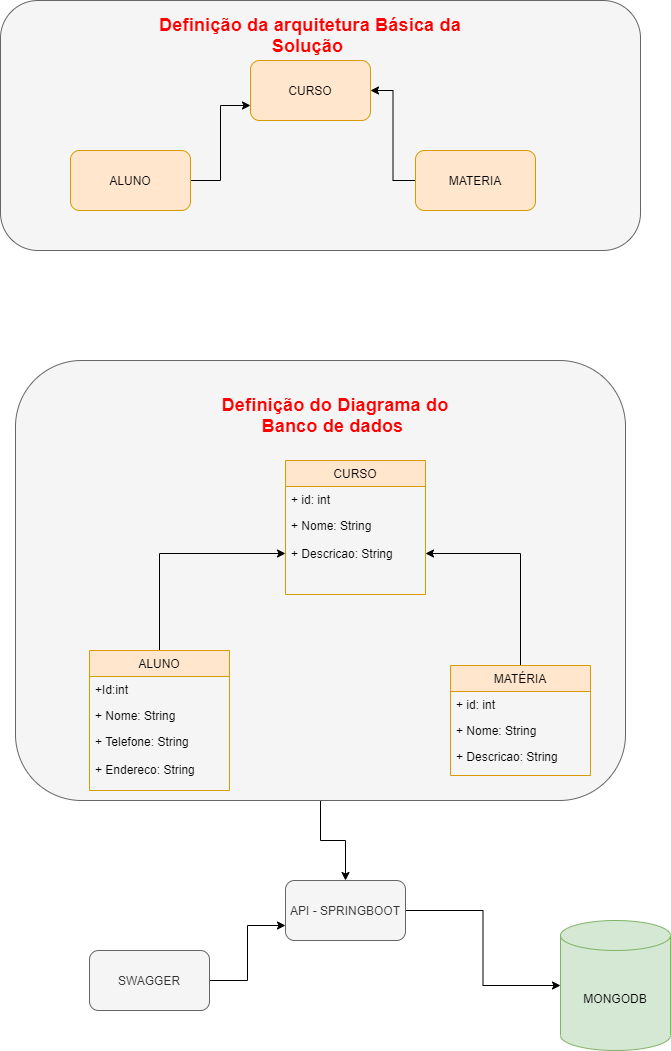
The draw.io diagram Projescola/Controle Escolar.png in iagolimma/SistemasDistribuidos, before a commit. Source tidied: cells renumbered, new cells last; positions are measured from the earlier drawing's top-left corner, leaving out a move shared by most shapes. Its diagram source:
```xml
<mxGraphModel>
  <root>
    <mxCell id="0" />
    <mxCell id="1" parent="0" />
    <mxCell id="2" style="edgeStyle=orthogonalEdgeStyle;rounded=0;jettySize=auto;html=1;" parent="1" edge="1" source="3" target="27">
      <mxGeometry relative="1" as="geometry" />
    </mxCell>
    <mxCell id="3" style="rounded=1;whiteSpace=wrap;html=1;fillColor=#f5f5f5;strokeColor=#666666;fontColor=#333333;" parent="1" vertex="1">
      <mxGeometry x="15" y="360" width="610" height="440" as="geometry" />
    </mxCell>
    <mxCell id="4" style="rounded=1;whiteSpace=wrap;html=1;fillColor=#f5f5f5;strokeColor=#666666;fontColor=#333333;" parent="1" vertex="1">
      <mxGeometry width="640" height="250" as="geometry" />
    </mxCell>
    <mxCell id="5" style="edgeStyle=orthogonalEdgeStyle;rounded=0;jettySize=auto;html=1;entryX=0;entryY=0.75;entryDx=0;entryDy=0;" parent="1" edge="1" source="6" target="9">
      <mxGeometry relative="1" as="geometry" />
    </mxCell>
    <mxCell id="6" value="ALUNO" style="rounded=1;whiteSpace=wrap;html=1;fillColor=#ffe6cc;strokeColor=#d79b00;" parent="1" vertex="1">
      <mxGeometry x="70" y="150" width="120" height="60" as="geometry" />
    </mxCell>
    <mxCell id="7" style="edgeStyle=orthogonalEdgeStyle;rounded=0;jettySize=auto;html=1;entryX=1;entryY=0.5;entryDx=0;entryDy=0;" parent="1" edge="1" source="8" target="9">
      <mxGeometry relative="1" as="geometry" />
    </mxCell>
    <mxCell id="8" value="MATERIA" style="rounded=1;whiteSpace=wrap;html=1;fillColor=#ffe6cc;strokeColor=#d79b00;" parent="1" vertex="1">
      <mxGeometry x="415" y="150" width="120" height="60" as="geometry" />
    </mxCell>
    <mxCell id="9" value="CURSO" style="rounded=1;whiteSpace=wrap;html=1;fillColor=#ffe6cc;strokeColor=#d79b00;" parent="1" vertex="1">
      <mxGeometry x="250" y="60" width="120" height="60" as="geometry" />
    </mxCell>
    <mxCell id="10" value="&lt;span style=&quot;font-family: &amp;#34;roboto&amp;#34; , &amp;#34;arial&amp;#34; , sans-serif ; letter-spacing: 0.2px&quot;&gt;&lt;font style=&quot;font-size: 18px&quot; color=&quot;#ff0000&quot;&gt;&lt;b&gt;Definição da arquitetura Básica da Solução&amp;nbsp;&lt;/b&gt;&lt;/font&gt;&lt;/span&gt;" style="text;html=1;strokeColor=none;fillColor=none;align=center;verticalAlign=middle;whiteSpace=wrap;rounded=0;" parent="1" vertex="1">
      <mxGeometry x="130" y="20" width="360" height="30" as="geometry" />
    </mxCell>
    <mxCell id="11" style="edgeStyle=orthogonalEdgeStyle;rounded=0;jettySize=auto;html=1;" parent="1" edge="1" source="12" target="23">
      <mxGeometry relative="1" as="geometry" />
    </mxCell>
    <mxCell id="12" value="ALUNO" style="swimlane;fontStyle=0;horizontal=1;startSize=26;fillColor=#ffe6cc;strokeColor=#d79b00;" parent="1" vertex="1">
      <mxGeometry x="89" y="650" width="140" height="140" as="geometry" />
    </mxCell>
    <mxCell id="13" value="+Id:int" style="text;strokeColor=none;fillColor=none;align=left;verticalAlign=top;spacingLeft=4;spacingRight=4;overflow=hidden;" parent="12" vertex="1">
      <mxGeometry y="26" width="140" height="26" as="geometry" />
    </mxCell>
    <mxCell id="14" value="+ Nome: String&#10;&#10;" style="text;strokeColor=none;fillColor=none;align=left;verticalAlign=top;spacingLeft=4;spacingRight=4;overflow=hidden;" parent="12" vertex="1">
      <mxGeometry y="52" width="140" height="26" as="geometry" />
    </mxCell>
    <mxCell id="15" value="+ Telefone: String &#10;&#10;+ Endereco: String" style="text;strokeColor=none;fillColor=none;align=left;verticalAlign=top;spacingLeft=4;spacingRight=4;overflow=hidden;" parent="12" vertex="1">
      <mxGeometry y="78" width="140" height="62" as="geometry" />
    </mxCell>
    <mxCell id="16" style="edgeStyle=orthogonalEdgeStyle;rounded=0;jettySize=auto;html=1;" parent="1" edge="1" source="17" target="23">
      <mxGeometry relative="1" as="geometry" />
    </mxCell>
    <mxCell id="17" value="MATÉRIA" style="swimlane;fontStyle=0;horizontal=1;startSize=26;fillColor=#ffe6cc;strokeColor=#d79b00;" parent="1" vertex="1">
      <mxGeometry x="450" y="665" width="140" height="110" as="geometry" />
    </mxCell>
    <mxCell id="18" value="+ id: int" style="text;strokeColor=none;fillColor=none;align=left;verticalAlign=top;spacingLeft=4;spacingRight=4;overflow=hidden;" parent="17" vertex="1">
      <mxGeometry y="26" width="140" height="26" as="geometry" />
    </mxCell>
    <mxCell id="19" value="+ Nome: String&#10;" style="text;strokeColor=none;fillColor=none;align=left;verticalAlign=top;spacingLeft=4;spacingRight=4;overflow=hidden;" parent="17" vertex="1">
      <mxGeometry y="52" width="140" height="26" as="geometry" />
    </mxCell>
    <mxCell id="20" value="+ Descricao: String" style="text;strokeColor=none;fillColor=none;align=left;verticalAlign=top;spacingLeft=4;spacingRight=4;overflow=hidden;" parent="17" vertex="1">
      <mxGeometry y="78" width="140" height="32" as="geometry" />
    </mxCell>
    <mxCell id="21" value="CURSO" style="swimlane;fontStyle=0;horizontal=1;startSize=26;fillColor=#ffe6cc;strokeColor=#d79b00;" parent="1" vertex="1">
      <mxGeometry x="285" y="460" width="140" height="134" as="geometry" />
    </mxCell>
    <mxCell id="22" value="+ id: int" style="text;strokeColor=none;fillColor=none;align=left;verticalAlign=top;spacingLeft=4;spacingRight=4;overflow=hidden;" parent="21" vertex="1">
      <mxGeometry y="26" width="140" height="26" as="geometry" />
    </mxCell>
    <mxCell id="23" value="+ Nome: String&#10;&#10;+ Descricao: String" style="text;strokeColor=none;fillColor=none;align=left;verticalAlign=top;spacingLeft=4;spacingRight=4;overflow=hidden;points=[[0,0.5],[1,0.5]];portConstraint=eastwest;" parent="21" vertex="1">
      <mxGeometry y="52" width="140" height="82" as="geometry" />
    </mxCell>
    <mxCell id="24" value="&lt;span style=&quot;font-family: &amp;#34;roboto&amp;#34; , &amp;#34;arial&amp;#34; , sans-serif ; letter-spacing: 0.2px&quot;&gt;&lt;font style=&quot;font-size: 18px&quot; color=&quot;#ff0000&quot;&gt;&lt;b&gt;Definição do Diagrama do Banco de dados&amp;nbsp;&lt;/b&gt;&lt;/font&gt;&lt;/span&gt;" style="text;html=1;strokeColor=none;fillColor=none;align=center;verticalAlign=middle;whiteSpace=wrap;rounded=0;" parent="1" vertex="1">
      <mxGeometry x="190" y="380" width="290" height="70" as="geometry" />
    </mxCell>
    <mxCell id="25" value="MONGODB" style="shape=cylinder3;whiteSpace=wrap;html=1;boundedLbl=1;backgroundOutline=1;size=15;fillColor=#d5e8d4;strokeColor=#82b366;" parent="1" vertex="1">
      <mxGeometry x="560" y="920" width="110" height="130" as="geometry" />
    </mxCell>
    <mxCell id="26" style="edgeStyle=orthogonalEdgeStyle;rounded=0;jettySize=auto;html=1;" parent="1" edge="1" source="27" target="25">
      <mxGeometry relative="1" as="geometry" />
    </mxCell>
    <mxCell id="27" value="API - SPRINGBOOT" style="rounded=1;whiteSpace=wrap;html=1;fillColor=#f5f5f5;strokeColor=#666666;fontColor=#333333;" parent="1" vertex="1">
      <mxGeometry x="285" y="880" width="120" height="60" as="geometry" />
    </mxCell>
    <mxCell id="28" style="edgeStyle=orthogonalEdgeStyle;rounded=0;jettySize=auto;html=1;entryX=0;entryY=0.75;entryDx=0;entryDy=0;" parent="1" edge="1" source="29" target="27">
      <mxGeometry relative="1" as="geometry" />
    </mxCell>
    <mxCell id="29" value="SWAGGER" style="rounded=1;whiteSpace=wrap;html=1;fillColor=#f5f5f5;strokeColor=#666666;fontColor=#333333;" parent="1" vertex="1">
      <mxGeometry x="89" y="950" width="120" height="60" as="geometry" />
    </mxCell>
  </root>
</mxGraphModel>
```
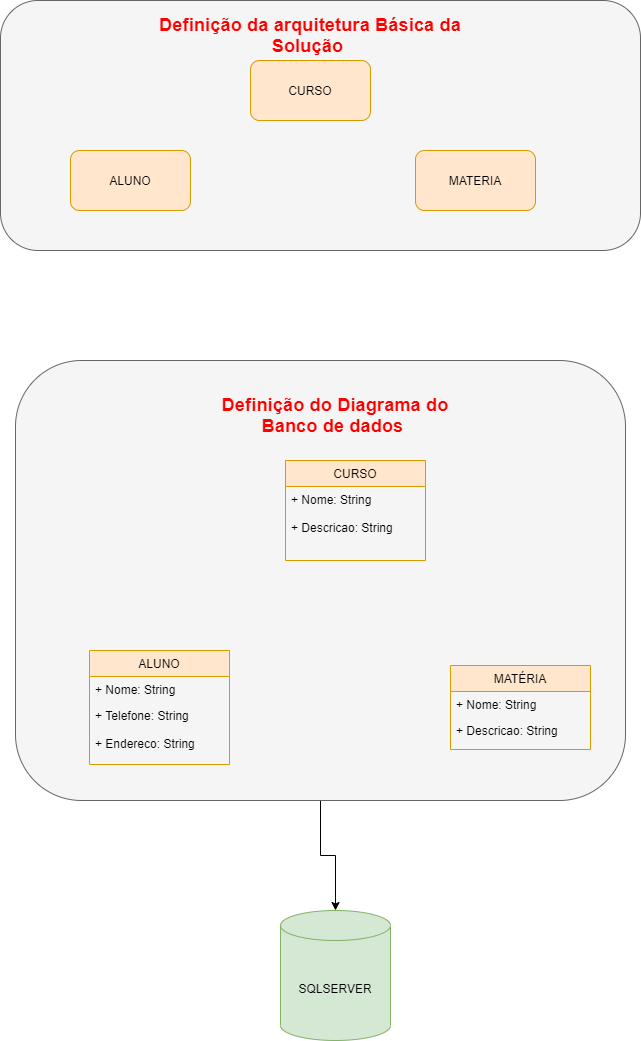
Above is the later version.

Diff of the diagram source:
```diff
@@ -2,24 +2,18 @@
   <root>
     <mxCell id="0" />
     <mxCell id="1" parent="0" />
-    <mxCell id="2" style="edgeStyle=orthogonalEdgeStyle;rounded=0;jettySize=auto;html=1;" parent="1" edge="1" source="3" target="27">
-      <mxGeometry relative="1" as="geometry" />
-    </mxCell>
+    <mxCell id="30" style="edgeStyle=orthogonalEdgeStyle;rounded=0;jettySize=auto;html=1;" parent="1" edge="1" source="3" target="25">
+      <mxGeometry relative="1" as="geometry" />
+    </mxCell>
     <mxCell id="3" style="rounded=1;whiteSpace=wrap;html=1;fillColor=#f5f5f5;strokeColor=#666666;fontColor=#333333;" parent="1" vertex="1">
       <mxGeometry x="15" y="360" width="610" height="440" as="geometry" />
     </mxCell>
     <mxCell id="4" style="rounded=1;whiteSpace=wrap;html=1;fillColor=#f5f5f5;strokeColor=#666666;fontColor=#333333;" parent="1" vertex="1">
       <mxGeometry width="640" height="250" as="geometry" />
     </mxCell>
-    <mxCell id="5" style="edgeStyle=orthogonalEdgeStyle;rounded=0;jettySize=auto;html=1;entryX=0;entryY=0.75;entryDx=0;entryDy=0;" parent="1" edge="1" source="6" target="9">
-      <mxGeometry relative="1" as="geometry" />
-    </mxCell>
     <mxCell id="6" value="ALUNO" style="rounded=1;whiteSpace=wrap;html=1;fillColor=#ffe6cc;strokeColor=#d79b00;" parent="1" vertex="1">
       <mxGeometry x="70" y="150" width="120" height="60" as="geometry" />
     </mxCell>
-    <mxCell id="7" style="edgeStyle=orthogonalEdgeStyle;rounded=0;jettySize=auto;html=1;entryX=1;entryY=0.5;entryDx=0;entryDy=0;" parent="1" edge="1" source="8" target="9">
-      <mxGeometry relative="1" as="geometry" />
-    </mxCell>
     <mxCell id="8" value="MATERIA" style="rounded=1;whiteSpace=wrap;html=1;fillColor=#ffe6cc;strokeColor=#d79b00;" parent="1" vertex="1">
       <mxGeometry x="415" y="150" width="120" height="60" as="geometry" />
     </mxCell>
@@ -29,62 +23,35 @@
     <mxCell id="10" value="&lt;span style=&quot;font-family: &amp;#34;roboto&amp;#34; , &amp;#34;arial&amp;#34; , sans-serif ; letter-spacing: 0.2px&quot;&gt;&lt;font style=&quot;font-size: 18px&quot; color=&quot;#ff0000&quot;&gt;&lt;b&gt;Definição da arquitetura Básica da Solução&amp;nbsp;&lt;/b&gt;&lt;/font&gt;&lt;/span&gt;" style="text;html=1;strokeColor=none;fillColor=none;align=center;verticalAlign=middle;whiteSpace=wrap;rounded=0;" parent="1" vertex="1">
       <mxGeometry x="130" y="20" width="360" height="30" as="geometry" />
     </mxCell>
-    <mxCell id="11" style="edgeStyle=orthogonalEdgeStyle;rounded=0;jettySize=auto;html=1;" parent="1" edge="1" source="12" target="23">
-      <mxGeometry relative="1" as="geometry" />
-    </mxCell>
     <mxCell id="12" value="ALUNO" style="swimlane;fontStyle=0;horizontal=1;startSize=26;fillColor=#ffe6cc;strokeColor=#d79b00;" parent="1" vertex="1">
-      <mxGeometry x="89" y="650" width="140" height="140" as="geometry" />
+      <mxGeometry x="89" y="650" width="140" height="114" as="geometry" />
     </mxCell>
-    <mxCell id="13" value="+Id:int" style="text;strokeColor=none;fillColor=none;align=left;verticalAlign=top;spacingLeft=4;spacingRight=4;overflow=hidden;" parent="12" vertex="1">
-      <mxGeometry y="26" width="140" height="26" as="geometry" />
-    </mxCell>
     <mxCell id="14" value="+ Nome: String&#10;&#10;" style="text;strokeColor=none;fillColor=none;align=left;verticalAlign=top;spacingLeft=4;spacingRight=4;overflow=hidden;" parent="12" vertex="1">
-      <mxGeometry y="52" width="140" height="26" as="geometry" />
+      <mxGeometry y="26" width="140" height="26" as="geometry" />
     </mxCell>
     <mxCell id="15" value="+ Telefone: String &#10;&#10;+ Endereco: String" style="text;strokeColor=none;fillColor=none;align=left;verticalAlign=top;spacingLeft=4;spacingRight=4;overflow=hidden;" parent="12" vertex="1">
-      <mxGeometry y="78" width="140" height="62" as="geometry" />
+      <mxGeometry y="52" width="140" height="62" as="geometry" />
     </mxCell>
-    <mxCell id="16" style="edgeStyle=orthogonalEdgeStyle;rounded=0;jettySize=auto;html=1;" parent="1" edge="1" source="17" target="23">
-      <mxGeometry relative="1" as="geometry" />
-    </mxCell>
     <mxCell id="17" value="MATÉRIA" style="swimlane;fontStyle=0;horizontal=1;startSize=26;fillColor=#ffe6cc;strokeColor=#d79b00;" parent="1" vertex="1">
-      <mxGeometry x="450" y="665" width="140" height="110" as="geometry" />
+      <mxGeometry x="450" y="665" width="140" height="84" as="geometry" />
     </mxCell>
-    <mxCell id="18" value="+ id: int" style="text;strokeColor=none;fillColor=none;align=left;verticalAlign=top;spacingLeft=4;spacingRight=4;overflow=hidden;" parent="17" vertex="1">
-      <mxGeometry y="26" width="140" height="26" as="geometry" />
-    </mxCell>
     <mxCell id="19" value="+ Nome: String&#10;" style="text;strokeColor=none;fillColor=none;align=left;verticalAlign=top;spacingLeft=4;spacingRight=4;overflow=hidden;" parent="17" vertex="1">
-      <mxGeometry y="52" width="140" height="26" as="geometry" />
+      <mxGeometry y="26" width="140" height="26" as="geometry" />
     </mxCell>
     <mxCell id="20" value="+ Descricao: String" style="text;strokeColor=none;fillColor=none;align=left;verticalAlign=top;spacingLeft=4;spacingRight=4;overflow=hidden;" parent="17" vertex="1">
-      <mxGeometry y="78" width="140" height="32" as="geometry" />
+      <mxGeometry y="52" width="140" height="32" as="geometry" />
     </mxCell>
     <mxCell id="21" value="CURSO" style="swimlane;fontStyle=0;horizontal=1;startSize=26;fillColor=#ffe6cc;strokeColor=#d79b00;" parent="1" vertex="1">
-      <mxGeometry x="285" y="460" width="140" height="134" as="geometry" />
+      <mxGeometry x="285" y="460" width="140" height="100" as="geometry" />
     </mxCell>
-    <mxCell id="22" value="+ id: int" style="text;strokeColor=none;fillColor=none;align=left;verticalAlign=top;spacingLeft=4;spacingRight=4;overflow=hidden;" parent="21" vertex="1">
-      <mxGeometry y="26" width="140" height="26" as="geometry" />
-    </mxCell>
-    <mxCell id="23" value="+ Nome: String&#10;&#10;+ Descricao: String" style="text;strokeColor=none;fillColor=none;align=left;verticalAlign=top;spacingLeft=4;spacingRight=4;overflow=hidden;points=[[0,0.5],[1,0.5]];portConstraint=eastwest;" parent="21" vertex="1">
-      <mxGeometry y="52" width="140" height="82" as="geometry" />
+    <mxCell id="23" value="+ Nome: String &#10;&#10;+ Descricao: String &#10;&#10;" style="text;strokeColor=none;fillColor=none;align=left;verticalAlign=top;spacingLeft=4;spacingRight=4;overflow=hidden;points=[[0,0.5],[1,0.5]];portConstraint=eastwest;" parent="21" vertex="1">
+      <mxGeometry y="26" width="140" height="74" as="geometry" />
     </mxCell>
     <mxCell id="24" value="&lt;span style=&quot;font-family: &amp;#34;roboto&amp;#34; , &amp;#34;arial&amp;#34; , sans-serif ; letter-spacing: 0.2px&quot;&gt;&lt;font style=&quot;font-size: 18px&quot; color=&quot;#ff0000&quot;&gt;&lt;b&gt;Definição do Diagrama do Banco de dados&amp;nbsp;&lt;/b&gt;&lt;/font&gt;&lt;/span&gt;" style="text;html=1;strokeColor=none;fillColor=none;align=center;verticalAlign=middle;whiteSpace=wrap;rounded=0;" parent="1" vertex="1">
       <mxGeometry x="190" y="380" width="290" height="70" as="geometry" />
     </mxCell>
-    <mxCell id="25" value="MONGODB" style="shape=cylinder3;whiteSpace=wrap;html=1;boundedLbl=1;backgroundOutline=1;size=15;fillColor=#d5e8d4;strokeColor=#82b366;" parent="1" vertex="1">
-      <mxGeometry x="560" y="920" width="110" height="130" as="geometry" />
+    <mxCell id="25" value="SQLSERVER" style="shape=cylinder3;whiteSpace=wrap;html=1;boundedLbl=1;backgroundOutline=1;size=15;fillColor=#d5e8d4;strokeColor=#82b366;" parent="1" vertex="1">
+      <mxGeometry x="280" y="910" width="110" height="130" as="geometry" />
     </mxCell>
-    <mxCell id="26" style="edgeStyle=orthogonalEdgeStyle;rounded=0;jettySize=auto;html=1;" parent="1" edge="1" source="27" target="25">
-      <mxGeometry relative="1" as="geometry" />
-    </mxCell>
-    <mxCell id="27" value="API - SPRINGBOOT" style="rounded=1;whiteSpace=wrap;html=1;fillColor=#f5f5f5;strokeColor=#666666;fontColor=#333333;" parent="1" vertex="1">
-      <mxGeometry x="285" y="880" width="120" height="60" as="geometry" />
-    </mxCell>
-    <mxCell id="28" style="edgeStyle=orthogonalEdgeStyle;rounded=0;jettySize=auto;html=1;entryX=0;entryY=0.75;entryDx=0;entryDy=0;" parent="1" edge="1" source="29" target="27">
-      <mxGeometry relative="1" as="geometry" />
-    </mxCell>
-    <mxCell id="29" value="SWAGGER" style="rounded=1;whiteSpace=wrap;html=1;fillColor=#f5f5f5;strokeColor=#666666;fontColor=#333333;" parent="1" vertex="1">
-      <mxGeometry x="89" y="950" width="120" height="60" as="geometry" />
-    </mxCell>
   </root>
 </mxGraphModel>
```
